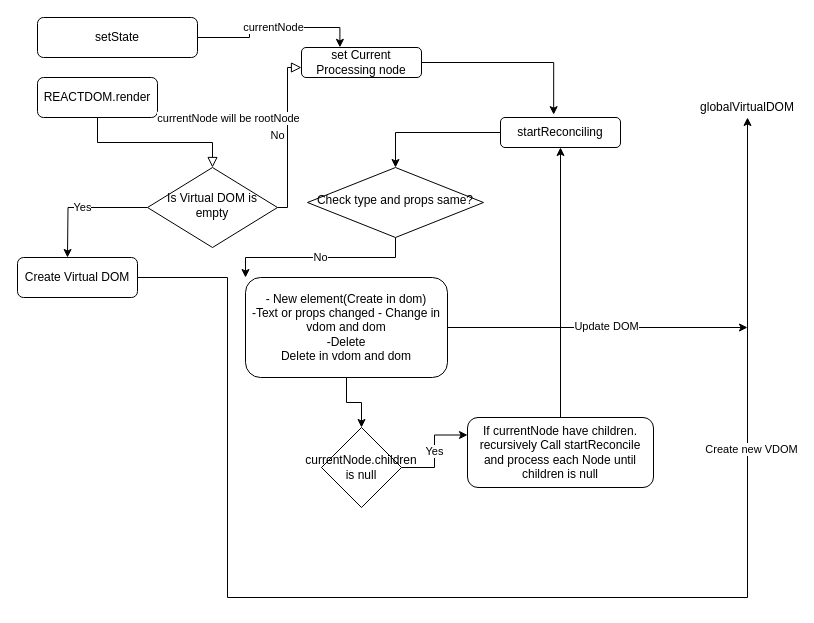
The draw.io diagram Old_Flow_Chart.drawio in SivaPriya03/React_internals, before the edit. Source tidied: cells renumbered, new cells numbered last; positions are measured from the earlier drawing's top-left corner, leaving out a move shared by most shapes. Both pictures are drawn from the tidied source at 100%, with x=0, y=0 at pixel (17, 17).
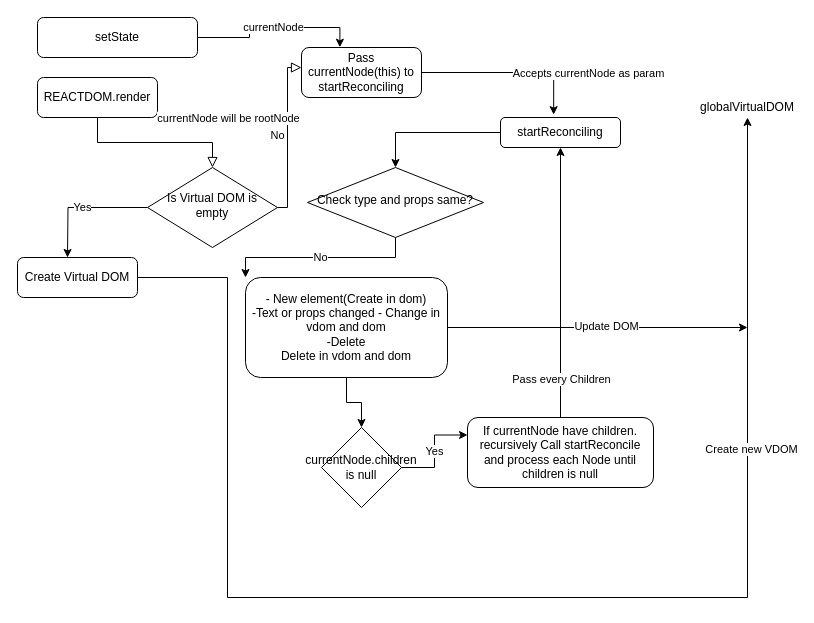
The same diagram, later.

The change refers to these unchanged cells:
```xml
<mxCell id="8" style="edgeStyle=orthogonalEdgeStyle;rounded=0;jettySize=auto;html=1;entryX=0.443;entryY=-0.095;entryDx=0;entryDy=0;entryPerimeter=0;" parent="1" edge="1" source="9" target="17">
  <mxGeometry relative="1" as="geometry" />
</mxCell>
<mxCell id="24" style="edgeStyle=orthogonalEdgeStyle;rounded=0;jettySize=auto;html=1;entryX=0.5;entryY=1;entryDx=0;entryDy=0;" parent="1" edge="1" source="25" target="17">
  <mxGeometry relative="1" as="geometry" />
</mxCell>
```

What changed in the source:
```diff
@@
+    <mxCell id="28" value="Accepts currentNode as param" style="edgeLabel;html=1;align=center;verticalAlign=middle;" parent="8" vertex="1">
+      <mxGeometry x="-0.07" y="1" relative="1" as="geometry">
+        <mxPoint x="85" y="1" as="offset" />
+      </mxGeometry>
+    </mxCell>
-    <mxCell id="9" value="set Current Processing node" style="rounded=1;whiteSpace=wrap;html=1;fontSize=12;glass=0;strokeWidth=1;shadow=0;" parent="1" vertex="1">
-      <mxGeometry x="284" y="30" width="120" height="30" as="geometry" />
+    <mxCell id="9" value="Pass currentNode(this) to startReconciling" style="rounded=1;whiteSpace=wrap;html=1;fontSize=12;glass=0;strokeWidth=1;shadow=0;" parent="1" vertex="1">
+      <mxGeometry x="284" y="30" width="120" height="50" as="geometry" />
     </mxCell>
@@
+    <mxCell id="29" value="Pass every Children" style="edgeLabel;html=1;align=center;verticalAlign=middle;" parent="24" vertex="1">
+      <mxGeometry x="-0.88" y="-1" relative="1" as="geometry">
+        <mxPoint x="-1" y="-23" as="offset" />
+      </mxGeometry>
+    </mxCell>
```
